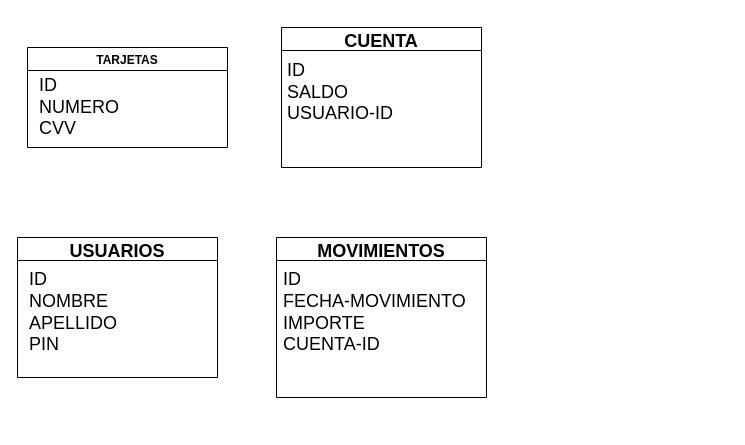
Earlier version of the draw.io diagram page "BD" (2 of 2) of Resources/Diagramas.drawio (seba2019/ATMOrigin). Source tidied: cells renumbered, new cells numbered last; positions are measured from the earlier drawing's top-left corner, leaving out a move shared by most shapes. Both pictures are drawn from the tidied source at 100%, with x=0, y=0 at pixel (17, 27).
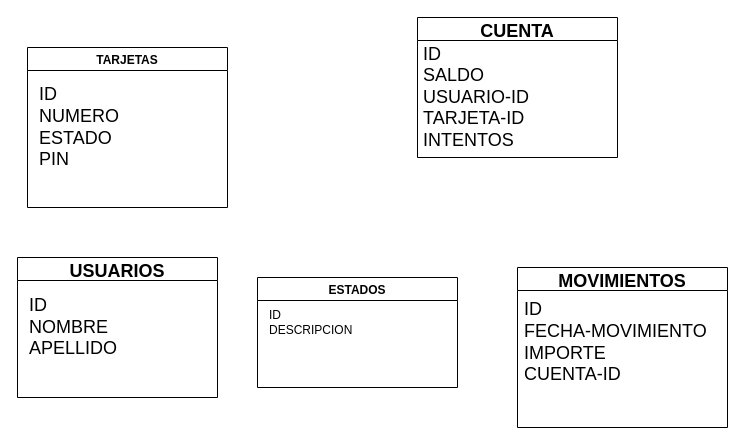
The same diagram, later.

The edit, as a diff of the source:
```diff
@@
 <mxGraphModel>
   <root>
     <mxCell id="0" />
     <mxCell id="1" parent="0" />
     <mxCell id="2" value="TARJETAS" style="swimlane;" parent="1" vertex="1">
-      <mxGeometry x="10" y="20" width="200" height="100" as="geometry" />
+      <mxGeometry x="10" y="20" width="200" height="160" as="geometry" />
     </mxCell>
-    <mxCell id="3" value="ID&lt;br style=&quot;font-size: 18px;&quot;&gt;NUMERO&lt;br style=&quot;font-size: 18px;&quot;&gt;CVV" style="text;html=1;align=left;verticalAlign=middle;strokeColor=none;fillColor=none;fontSize=18;" parent="2" vertex="1">
-      <mxGeometry x="10" y="25" width="100" height="70" as="geometry" />
+    <mxCell id="3" value="ID&lt;br style=&quot;font-size: 18px&quot;&gt;NUMERO&lt;br style=&quot;font-size: 18px&quot;&gt;ESTADO&lt;br&gt;PIN" style="text;html=1;align=left;verticalAlign=middle;strokeColor=none;fillColor=none;fontSize=18;" parent="2" vertex="1">
+      <mxGeometry x="10" y="35" width="100" height="90" as="geometry" />
     </mxCell>
     <mxCell id="4" value="CUENTA" style="swimlane;fontSize=18;" parent="1" vertex="1">
-      <mxGeometry x="264" width="200" height="140" as="geometry" />
+      <mxGeometry x="400" y="-10" width="200" height="140" as="geometry" />
     </mxCell>
-    <mxCell id="5" value="ID&lt;br&gt;SALDO&lt;br&gt;&lt;div style=&quot;&quot;&gt;&lt;span&gt;USUARIO-ID&lt;/span&gt;&lt;/div&gt;" style="text;html=1;align=left;verticalAlign=middle;strokeColor=none;fillColor=none;fontSize=18;" parent="4" vertex="1">
-      <mxGeometry x="4" y="30" width="120" height="70" as="geometry" />
+    <mxCell id="5" value="ID&lt;br&gt;SALDO&lt;br&gt;&lt;div&gt;&lt;span&gt;USUARIO-ID&lt;/span&gt;&lt;/div&gt;&lt;div&gt;&lt;span&gt;TARJETA-ID&lt;/span&gt;&lt;/div&gt;&lt;div&gt;&lt;span&gt;INTENTOS&lt;/span&gt;&lt;/div&gt;" style="text;html=1;align=left;verticalAlign=middle;strokeColor=none;fillColor=none;fontSize=18;" parent="4" vertex="1">
+      <mxGeometry x="4" y="20" width="120" height="120" as="geometry" />
     </mxCell>
     <mxCell id="6" value="MOVIMIENTOS" style="swimlane;fontSize=18;" parent="1" vertex="1">
-      <mxGeometry x="259" y="210" width="210" height="160" as="geometry" />
+      <mxGeometry x="500" y="240" width="210" height="160" as="geometry" />
     </mxCell>
     <mxCell id="7" value="ID&lt;br&gt;FECHA-MOVIMIENTO&lt;br&gt;IMPORTE&lt;br&gt;CUENTA-ID" style="text;html=1;align=left;verticalAlign=middle;strokeColor=none;fillColor=none;fontSize=18;" parent="6" vertex="1">
       <mxGeometry x="5" y="30" width="200" height="90" as="geometry" />
     </mxCell>
     <mxCell id="8" value="USUARIOS" style="swimlane;fontSize=18;" parent="1" vertex="1">
-      <mxGeometry y="210" width="200" height="140" as="geometry" />
+      <mxGeometry y="230" width="200" height="140" as="geometry" />
     </mxCell>
-    <mxCell id="9" value="ID&lt;br&gt;NOMBRE&lt;br&gt;APELLIDO&lt;br&gt;PIN" style="text;html=1;align=left;verticalAlign=middle;strokeColor=none;fillColor=none;fontSize=18;" parent="8" vertex="1">
-      <mxGeometry x="10" y="30" width="100" height="90" as="geometry" />
+    <mxCell id="9" value="ID&lt;br&gt;NOMBRE&lt;br&gt;APELLIDO" style="text;html=1;align=left;verticalAlign=middle;strokeColor=none;fillColor=none;fontSize=18;" parent="8" vertex="1">
+      <mxGeometry x="10" y="35" width="100" height="70" as="geometry" />
     </mxCell>
+    <mxCell id="10" value="ESTADOS" style="swimlane;" parent="1" vertex="1">
+      <mxGeometry x="240" y="250" width="200" height="110" as="geometry" />
+    </mxCell>
+    <mxCell id="11" value="ID&lt;br&gt;DESCRIPCION" style="text;html=1;align=left;verticalAlign=middle;strokeColor=none;fillColor=none;" parent="10" vertex="1">
+      <mxGeometry x="10" y="30" width="100" height="30" as="geometry" />
+    </mxCell>
   </root>
 </mxGraphModel>
```
